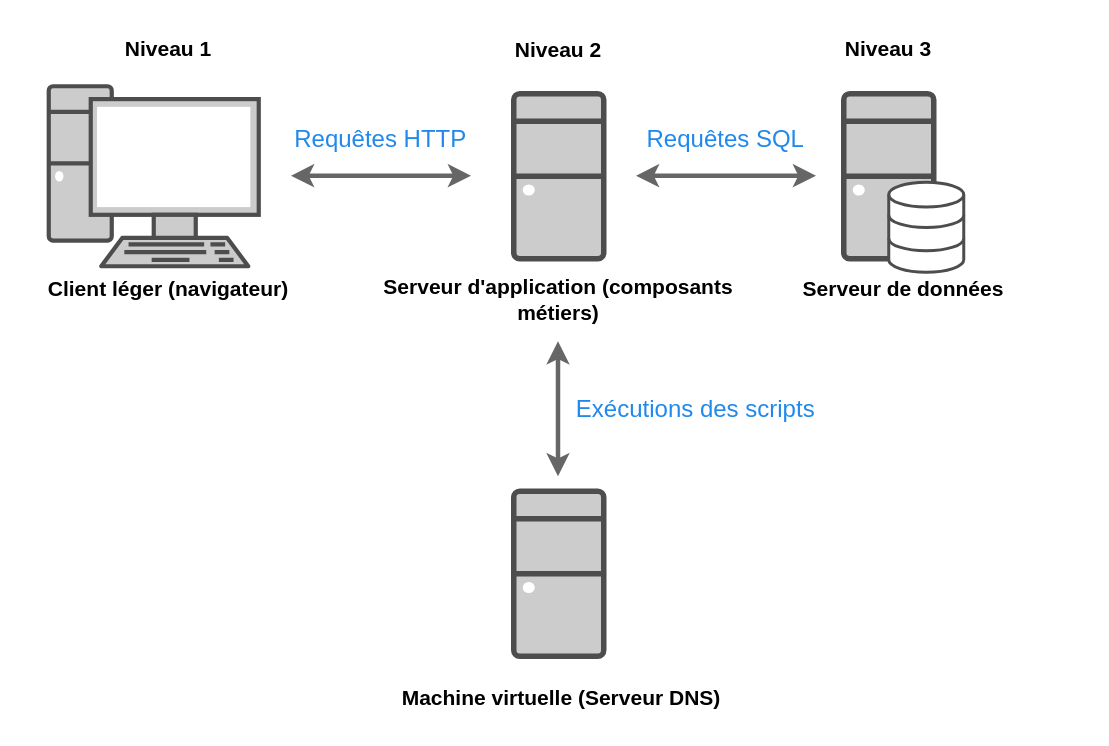
Earlier version of the draw.io diagram ArchitecturePhysique.drawio (eya-harbaoui/Diagramms). Source tidied: cells renumbered, new cells numbered last; positions are measured from the earlier drawing's top-left corner, leaving out a move shared by most shapes. Both pictures are drawn from the tidied source at 150%, with x=0, y=0 at pixel (26, 26).
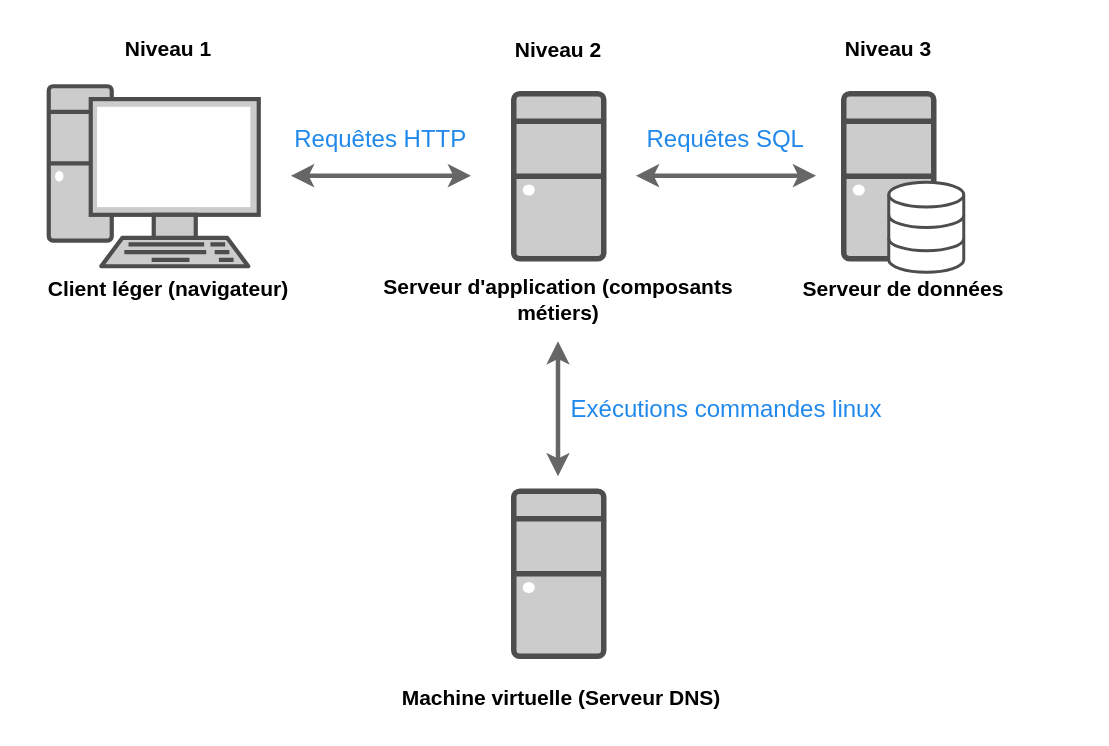
The same diagram, later.

Commit message (it also covers changes not shown here):
Mettre à jour ArchitecturePhysique.drawio

Diff of the diagram source:
```diff
@@
-    <mxCell id="19" value="&lt;font color=&quot;#2089eb&quot; size=&quot;1&quot;&gt;&lt;span style=&quot;font-size: 16px;&quot;&gt;Exécutions des scripts&lt;/span&gt;&lt;/font&gt;" style="text;html=1;align=center;verticalAlign=middle;whiteSpace=wrap;rounded=0;" parent="1" vertex="1">
-      <mxGeometry x="365" y="240" width="163" height="30" as="geometry" />
+    <mxCell id="19" value="&lt;font color=&quot;#2089eb&quot; size=&quot;1&quot;&gt;&lt;span style=&quot;font-size: 16px;&quot;&gt;Exécutions commandes linux&lt;/span&gt;&lt;/font&gt;" style="text;html=1;align=center;verticalAlign=middle;whiteSpace=wrap;rounded=0;" parent="1" vertex="1">
+      <mxGeometry x="331.5" y="240" width="270" height="30" as="geometry" />
     </mxCell>
```
